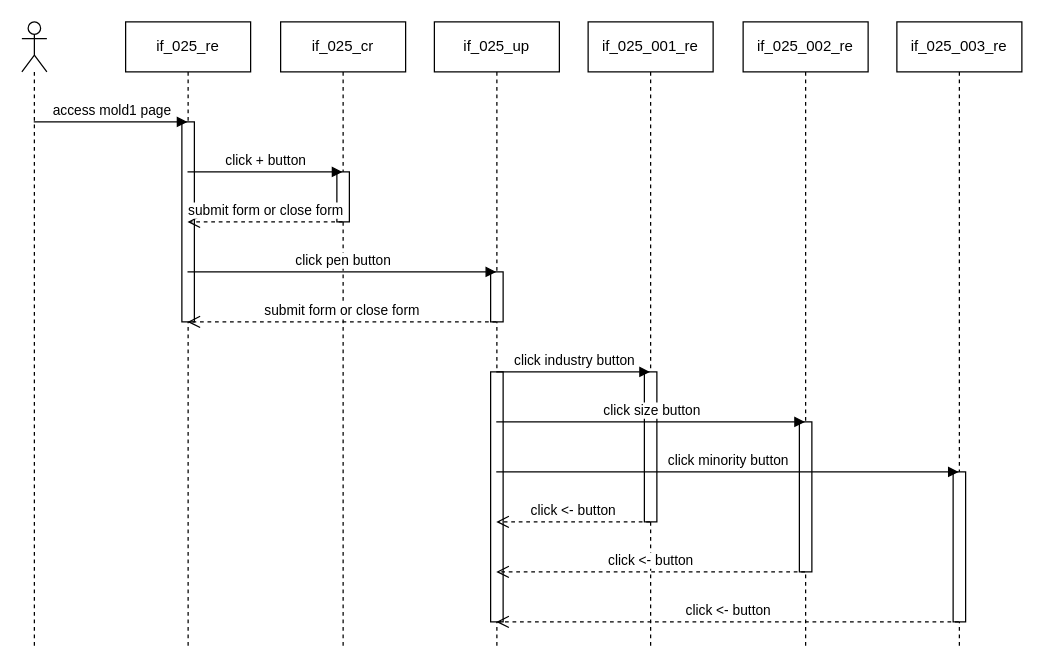
ssszZ-TH/party_fullstack_docker3 keeps this draw.io diagram as page "31 organization" (32 of 37) of docs/artifact/AllPage/drawio_file/sequence_diagram_page.drawio. Above is the earlier version. Source tidied: cells renumbered, new cells numbered last; positions are measured from the earlier drawing's top-left corner, leaving out a move shared by most shapes. Both pictures are drawn from the tidied source at 125%, with x=0, y=0 at pixel (21, 21).
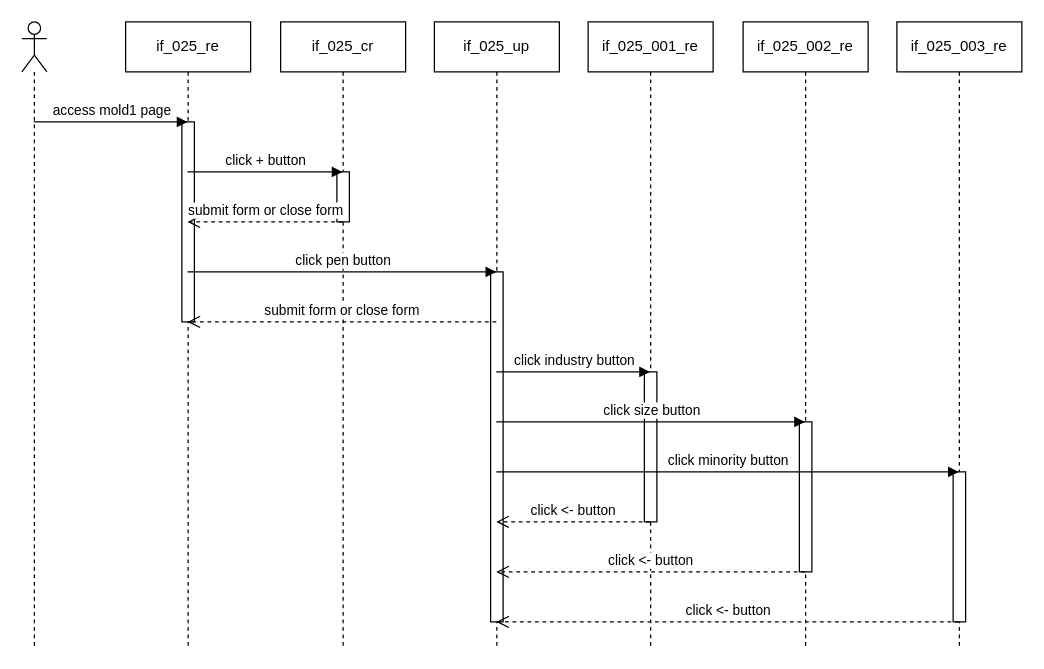
The same page after the edit.

Unchanged cells that the change refers to:
```xml
<mxCell id="7" value="if_025_up" style="shape=umlLifeline;perimeter=lifelinePerimeter;whiteSpace=wrap;html=1;outlineConnect=0;portConstraint=eastwest;newEdgeStyle={&quot;curved&quot;:0,&quot;rounded&quot;:0};" parent="1" vertex="1">
  <mxGeometry x="330" width="100" height="500" as="geometry" />
</mxCell>
```

Change to the diagram source:
```diff
@@
-    <mxCell id="8" style="html=1;perimeter=orthogonalPerimeter;targetShapes=umlLifeline;newEdgeStyle={&quot;curved&quot;:0,&quot;rounded&quot;:0};" parent="7" vertex="1">
-      <mxGeometry x="45" y="200" width="10" height="40" as="geometry" />
-    </mxCell>
     <mxCell id="9" style="html=1;perimeter=orthogonalPerimeter;targetShapes=umlLifeline;newEdgeStyle={&quot;curved&quot;:0,&quot;rounded&quot;:0};" parent="7" vertex="1">
-      <mxGeometry x="45" y="280" width="10" height="200" as="geometry" />
+      <mxGeometry x="45" y="200" width="10" height="280" as="geometry" />
     </mxCell>
```
